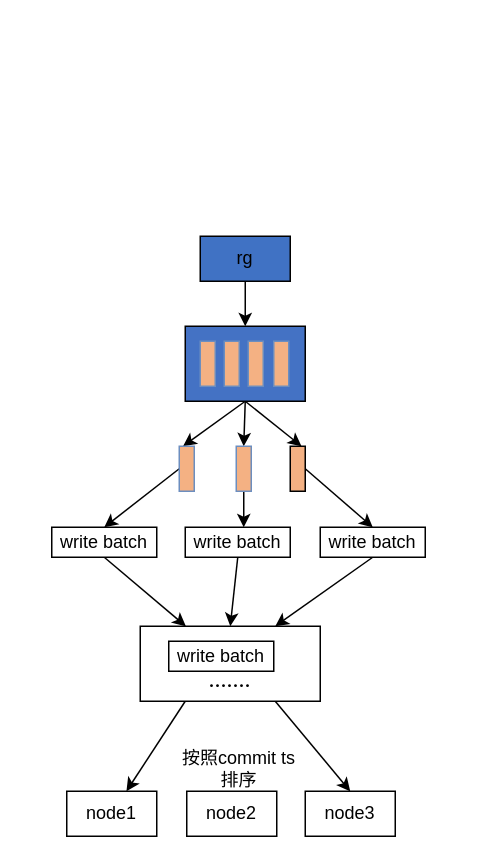
The draw.io diagram page "第 5 页" (5 of 5) of 备份恢复.drawio in chuchugao2/graph, before the edit. Source tidied: cells renumbered, new cells numbered last; positions are measured from the earlier drawing's top-left corner, leaving out a move shared by most shapes. Both pictures are drawn from the tidied source at 150%, with x=0, y=0 at pixel (51, 236).
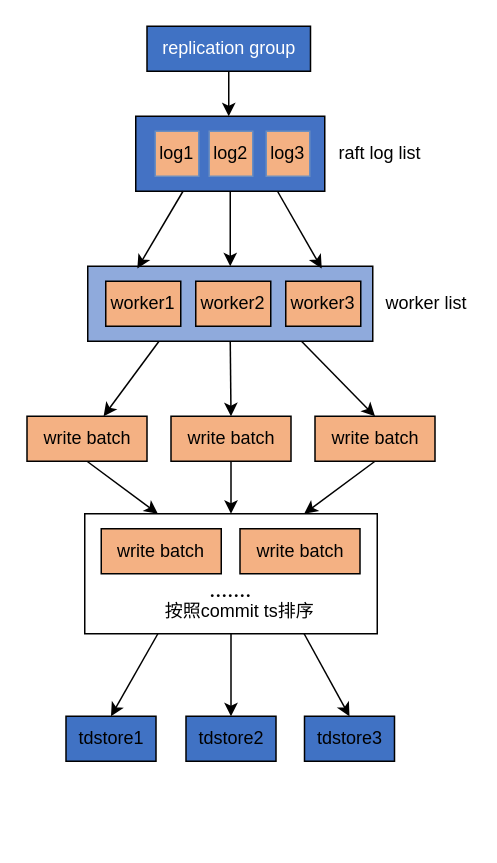
After the change.

Commit message:
更新备份恢复.drawio

Diff of the diagram source:
```diff
@@
+    <mxCell id="32" style="edgeStyle=orthogonalEdgeStyle;rounded=0;jettySize=auto;html=1;exitX=0.5;exitY=1;exitDx=0;exitDy=0;entryX=0.5;entryY=0;entryDx=0;entryDy=0;" parent="1" edge="1" source="33" target="41">
+      <mxGeometry relative="1" as="geometry" />
+    </mxCell>
+    <mxCell id="33" style="rounded=0;whiteSpace=wrap;html=1;fillColor=#4472c4;" parent="1" vertex="1">
+      <mxGeometry x="56" y="-80" width="126" height="50" as="geometry" />
+    </mxCell>
     <mxCell id="2" style="edgeStyle=orthogonalEdgeStyle;rounded=0;jettySize=auto;html=1;exitX=0.5;exitY=1;exitDx=0;exitDy=0;" parent="1" edge="1" source="3">
       <mxGeometry relative="1" as="geometry">
-        <mxPoint x="129" y="60" as="targetPoint" />
+        <mxPoint x="118" y="-80" as="targetPoint" />
       </mxGeometry>
     </mxCell>
-    <mxCell id="3" value="rg" style="rounded=0;whiteSpace=wrap;html=1;fillColor=#4072C4;" parent="1" vertex="1">
-      <mxGeometry x="99" width="60" height="30" as="geometry" />
+    <mxCell id="3" value="&lt;font color=&quot;#ffffff&quot;&gt;replication group&lt;/font&gt;" style="rounded=0;whiteSpace=wrap;html=1;fillColor=#4072C4;" parent="1" vertex="1">
+      <mxGeometry x="63.5" y="-140" width="109" height="30" as="geometry" />
     </mxCell>
-    <mxCell id="4" style="rounded=0;jettySize=auto;html=1;exitX=0.5;exitY=1;exitDx=0;exitDy=0;entryX=0.25;entryY=0;entryDx=0;entryDy=0;" parent="1" edge="1" source="6" target="15">
-      <mxGeometry relative="1" as="geometry" />
-    </mxCell>
-    <mxCell id="5" style="rounded=0;jettySize=auto;html=1;exitX=0.5;exitY=1;exitDx=0;exitDy=0;entryX=0.75;entryY=0;entryDx=0;entryDy=0;" parent="1" edge="1" source="6" target="10">
-      <mxGeometry relative="1" as="geometry" />
-    </mxCell>
-    <mxCell id="6" style="rounded=0;whiteSpace=wrap;html=1;fillColor=#4472c4;" parent="1" vertex="1">
-      <mxGeometry x="89" y="60" width="80" height="50" as="geometry" />
-    </mxCell>
-    <mxCell id="7" style="rounded=0;whiteSpace=wrap;html=1;fillColor=#f4b183;strokeColor=#6c8ebf;" parent="1" vertex="1">
-      <mxGeometry x="99" y="70" width="10" height="30" as="geometry" />
+    <mxCell id="7" value="log1" style="rounded=0;whiteSpace=wrap;html=1;fillColor=#f4b183;strokeColor=#6c8ebf;" parent="1" vertex="1">
+      <mxGeometry x="69" y="-70" width="29" height="30" as="geometry" />
     </mxCell>
-    <mxCell id="8" style="rounded=0;jettySize=auto;html=1;exitX=0.5;exitY=0;exitDx=0;exitDy=0;entryX=0.5;entryY=1;entryDx=0;entryDy=0;endArrow=none;endFill=0;startArrow=classic;startFill=1;" parent="1" edge="1" source="17" target="6">
-      <mxGeometry relative="1" as="geometry" />
-    </mxCell>
-    <mxCell id="9" style="rounded=0;jettySize=auto;html=1;exitX=1;exitY=0.5;exitDx=0;exitDy=0;entryX=0.5;entryY=0;entryDx=0;entryDy=0;" parent="1" edge="1" source="10" target="23">
-      <mxGeometry relative="1" as="geometry" />
-    </mxCell>
-    <mxCell id="10" style="rounded=0;whiteSpace=wrap;html=1;fillColor=#f4b183;" parent="1" vertex="1">
-      <mxGeometry x="159" y="140" width="10" height="30" as="geometry" />
-    </mxCell>
-    <mxCell id="11" style="rounded=0;whiteSpace=wrap;html=1;fillColor=#f4b183;strokeColor=#6c8ebf;" parent="1" vertex="1">
-      <mxGeometry x="115" y="70" width="10" height="30" as="geometry" />
-    </mxCell>
-    <mxCell id="12" style="rounded=0;whiteSpace=wrap;html=1;fillColor=#f4b183;strokeColor=#6c8ebf;" parent="1" vertex="1">
-      <mxGeometry x="131" y="70" width="10" height="30" as="geometry" />
-    </mxCell>
-    <mxCell id="13" style="rounded=0;whiteSpace=wrap;html=1;fillColor=#f4b183;strokeColor=#6c8ebf;" parent="1" vertex="1">
-      <mxGeometry x="148" y="70" width="10" height="30" as="geometry" />
-    </mxCell>
-    <mxCell id="14" style="rounded=0;jettySize=auto;html=1;exitX=0;exitY=0.5;exitDx=0;exitDy=0;entryX=0.5;entryY=0;entryDx=0;entryDy=0;" parent="1" edge="1" source="15" target="19">
-      <mxGeometry relative="1" as="geometry" />
-    </mxCell>
-    <mxCell id="15" style="rounded=0;whiteSpace=wrap;html=1;fillColor=#f4b183;strokeColor=#6c8ebf;" parent="1" vertex="1">
-      <mxGeometry x="85" y="140" width="10" height="30" as="geometry" />
-    </mxCell>
-    <mxCell id="16" style="edgeStyle=orthogonalEdgeStyle;rounded=0;orthogonalLoop=1;jettySize=auto;html=1;exitX=0.25;exitY=1;exitDx=0;exitDy=0;entryX=0.5;entryY=0;entryDx=0;entryDy=0;" parent="1" edge="1">
-      <mxGeometry relative="1" as="geometry">
-        <mxPoint x="129.5" y="170" as="sourcePoint" />
-        <mxPoint x="128" y="194" as="targetPoint" />
-      </mxGeometry>
-    </mxCell>
-    <mxCell id="17" style="rounded=0;whiteSpace=wrap;html=1;fillColor=#f4b183;strokeColor=#6c8ebf;" parent="1" vertex="1">
-      <mxGeometry x="123" y="140" width="10" height="30" as="geometry" />
-    </mxCell>
-    <mxCell id="18" style="rounded=0;jettySize=auto;html=1;exitX=0.5;exitY=1;exitDx=0;exitDy=0;" parent="1" edge="1" source="19" target="26">
-      <mxGeometry relative="1" as="geometry" />
-    </mxCell>
-    <mxCell id="19" value="write batch" style="rounded=0;whiteSpace=wrap;html=1;" parent="1" vertex="1">
-      <mxGeometry y="194" width="70" height="20" as="geometry" />
-    </mxCell>
-    <mxCell id="20" style="rounded=0;jettySize=auto;html=1;exitX=0.5;exitY=1;exitDx=0;exitDy=0;entryX=0.5;entryY=0;entryDx=0;entryDy=0;" parent="1" edge="1" source="21" target="26">
-      <mxGeometry relative="1" as="geometry" />
-    </mxCell>
-    <mxCell id="21" value="write batch" style="rounded=0;whiteSpace=wrap;html=1;" parent="1" vertex="1">
-      <mxGeometry x="89" y="194" width="70" height="20" as="geometry" />
-    </mxCell>
-    <mxCell id="22" style="rounded=0;jettySize=auto;html=1;exitX=0.5;exitY=1;exitDx=0;exitDy=0;entryX=0.75;entryY=0;entryDx=0;entryDy=0;" parent="1" edge="1" source="23" target="26">
-      <mxGeometry relative="1" as="geometry" />
-    </mxCell>
-    <mxCell id="23" value="write batch" style="rounded=0;whiteSpace=wrap;html=1;" parent="1" vertex="1">
-      <mxGeometry x="179" y="194" width="70" height="20" as="geometry" />
-    </mxCell>
-    <mxCell id="24" style="rounded=0;jettySize=auto;html=1;exitX=0.25;exitY=1;exitDx=0;exitDy=0;" parent="1" edge="1" source="26" target="28">
+    <mxCell id="24" style="rounded=0;jettySize=auto;html=1;exitX=0.25;exitY=1;exitDx=0;exitDy=0;entryX=0.5;entryY=0;entryDx=0;entryDy=0;" parent="1" edge="1" source="26" target="28">
       <mxGeometry relative="1" as="geometry" />
     </mxCell>
@@
+    <mxCell id="34" style="edgeStyle=orthogonalEdgeStyle;rounded=0;jettySize=auto;html=1;exitX=0.5;exitY=1;exitDx=0;exitDy=0;" parent="1" edge="1" source="26" target="29">
+      <mxGeometry relative="1" as="geometry" />
+    </mxCell>
     <mxCell id="26" value="&lt;div style=&quot;font-size: 16px;&quot;&gt;&lt;br&gt;&lt;/div&gt;&lt;div style=&quot;font-size: 16px;&quot;&gt;&lt;font style=&quot;font-size: 16px;&quot; face=&quot;Times New Roman&quot;&gt;.......&lt;/font&gt;&lt;/div&gt;" style="rounded=0;whiteSpace=wrap;html=1;" parent="1" vertex="1">
-      <mxGeometry x="59" y="260" width="120" height="50" as="geometry" />
+      <mxGeometry x="22" y="185" width="195" height="80" as="geometry" />
     </mxCell>
-    <mxCell id="27" value="write batch" style="rounded=0;whiteSpace=wrap;html=1;" parent="1" vertex="1">
-      <mxGeometry x="78" y="270" width="70" height="20" as="geometry" />
-    </mxCell>
-    <mxCell id="28" value="node1" style="rounded=0;whiteSpace=wrap;html=1;" parent="1" vertex="1">
-      <mxGeometry x="10" y="370" width="60" height="30" as="geometry" />
+    <mxCell id="28" value="tdstore1" style="rounded=0;whiteSpace=wrap;html=1;fillColor=#4072c4;" parent="1" vertex="1">
+      <mxGeometry x="9.5" y="320" width="60" height="30" as="geometry" />
     </mxCell>
-    <mxCell id="29" value="node2" style="rounded=0;whiteSpace=wrap;html=1;" parent="1" vertex="1">
-      <mxGeometry x="90" y="370" width="60" height="30" as="geometry" />
+    <mxCell id="29" value="tdstore2" style="rounded=0;whiteSpace=wrap;html=1;fillColor=#4072c4;" parent="1" vertex="1">
+      <mxGeometry x="89.5" y="320" width="60" height="30" as="geometry" />
     </mxCell>
-    <mxCell id="30" value="node3" style="rounded=0;whiteSpace=wrap;html=1;" parent="1" vertex="1">
-      <mxGeometry x="169" y="370" width="60" height="30" as="geometry" />
+    <mxCell id="30" value="tdstore3" style="rounded=0;whiteSpace=wrap;html=1;fillColor=#4072c4;" parent="1" vertex="1">
+      <mxGeometry x="168.5" y="320" width="60" height="30" as="geometry" />
     </mxCell>
     <mxCell id="31" value="按照commit ts排序" style="text;html=1;align=center;verticalAlign=middle;whiteSpace=wrap;rounded=0;" parent="1" vertex="1">
-      <mxGeometry x="85" y="340" width="80" height="30" as="geometry" />
+      <mxGeometry x="64" y="245" width="123" height="10" as="geometry" />
     </mxCell>
+    <mxCell id="35" value="log2" style="rounded=0;whiteSpace=wrap;html=1;fillColor=#f4b183;strokeColor=#6c8ebf;" parent="1" vertex="1">
+      <mxGeometry x="105" y="-70" width="29" height="30" as="geometry" />
+    </mxCell>
+    <mxCell id="36" value="log3" style="rounded=0;whiteSpace=wrap;html=1;fillColor=#f4b183;strokeColor=#6c8ebf;" parent="1" vertex="1">
+      <mxGeometry x="143" y="-70" width="29" height="30" as="geometry" />
+    </mxCell>
+    <mxCell id="37" value="raft log list" style="text;html=1;align=center;verticalAlign=middle;whiteSpace=wrap;rounded=0;" parent="1" vertex="1">
+      <mxGeometry x="189" y="-70" width="60" height="30" as="geometry" />
+    </mxCell>
+    <mxCell id="38" style="rounded=0;jettySize=auto;html=1;exitX=0.25;exitY=1;exitDx=0;exitDy=0;" parent="1" edge="1" source="41" target="49">
+      <mxGeometry relative="1" as="geometry" />
+    </mxCell>
+    <mxCell id="39" style="rounded=0;jettySize=auto;html=1;exitX=0.5;exitY=1;exitDx=0;exitDy=0;entryX=0.5;entryY=0;entryDx=0;entryDy=0;" parent="1" edge="1" source="41" target="51">
+      <mxGeometry relative="1" as="geometry" />
+    </mxCell>
+    <mxCell id="40" style="rounded=0;jettySize=auto;html=1;exitX=0.75;exitY=1;exitDx=0;exitDy=0;entryX=0.5;entryY=0;entryDx=0;entryDy=0;" parent="1" edge="1" source="41" target="53">
+      <mxGeometry relative="1" as="geometry" />
+    </mxCell>
+    <mxCell id="41" style="rounded=0;whiteSpace=wrap;html=1;fillColor=#8faadc;" parent="1" vertex="1">
+      <mxGeometry x="24" y="20" width="190" height="50" as="geometry" />
+    </mxCell>
+    <mxCell id="42" value="worker list" style="text;html=1;align=center;verticalAlign=middle;whiteSpace=wrap;rounded=0;" parent="1" vertex="1">
+      <mxGeometry x="220" y="30" width="60" height="30" as="geometry" />
+    </mxCell>
+    <mxCell id="43" value="worker1" style="rounded=0;whiteSpace=wrap;html=1;fillColor=#f4b183;" parent="1" vertex="1">
+      <mxGeometry x="36" y="30" width="50" height="30" as="geometry" />
+    </mxCell>
+    <mxCell id="44" value="worker2" style="rounded=0;whiteSpace=wrap;html=1;fillColor=#f4b183;" parent="1" vertex="1">
+      <mxGeometry x="96" y="30" width="50" height="30" as="geometry" />
+    </mxCell>
+    <mxCell id="45" value="worker3" style="rounded=0;whiteSpace=wrap;html=1;fillColor=#f4b183;" parent="1" vertex="1">
+      <mxGeometry x="156" y="30" width="50" height="30" as="geometry" />
+    </mxCell>
+    <mxCell id="46" style="rounded=0;jettySize=auto;html=1;exitX=0.25;exitY=1;exitDx=0;exitDy=0;entryX=0.174;entryY=0.03;entryDx=0;entryDy=0;entryPerimeter=0;" parent="1" edge="1" source="33" target="41">
+      <mxGeometry relative="1" as="geometry" />
+    </mxCell>
+    <mxCell id="47" style="rounded=0;jettySize=auto;html=1;exitX=0.75;exitY=1;exitDx=0;exitDy=0;entryX=0.821;entryY=0.03;entryDx=0;entryDy=0;entryPerimeter=0;" parent="1" edge="1" source="33" target="41">
+      <mxGeometry relative="1" as="geometry" />
+    </mxCell>
+    <mxCell id="48" style="rounded=0;jettySize=auto;html=1;exitX=0.5;exitY=1;exitDx=0;exitDy=0;entryX=0.25;entryY=0;entryDx=0;entryDy=0;" parent="1" edge="1" source="49" target="26">
+      <mxGeometry relative="1" as="geometry" />
+    </mxCell>
+    <mxCell id="49" value="write batch" style="rounded=0;whiteSpace=wrap;html=1;fillColor=#f4b183;" parent="1" vertex="1">
+      <mxGeometry x="-16.5" y="120" width="80" height="30" as="geometry" />
+    </mxCell>
+    <mxCell id="50" style="edgeStyle=orthogonalEdgeStyle;rounded=0;jettySize=auto;html=1;exitX=0.5;exitY=1;exitDx=0;exitDy=0;entryX=0.5;entryY=0;entryDx=0;entryDy=0;" parent="1" edge="1" source="51" target="26">
+      <mxGeometry relative="1" as="geometry" />
+    </mxCell>
+    <mxCell id="51" value="write batch" style="rounded=0;whiteSpace=wrap;html=1;fillColor=#f4b183;" parent="1" vertex="1">
+      <mxGeometry x="79.5" y="120" width="80" height="30" as="geometry" />
+    </mxCell>
+    <mxCell id="52" style="rounded=0;jettySize=auto;html=1;exitX=0.5;exitY=1;exitDx=0;exitDy=0;entryX=0.75;entryY=0;entryDx=0;entryDy=0;" parent="1" edge="1" source="53" target="26">
+      <mxGeometry relative="1" as="geometry" />
+    </mxCell>
+    <mxCell id="53" value="write batch" style="rounded=0;whiteSpace=wrap;html=1;fillColor=#f4b183;" parent="1" vertex="1">
+      <mxGeometry x="175.5" y="120" width="80" height="30" as="geometry" />
+    </mxCell>
+    <mxCell id="54" value="write batch" style="rounded=0;whiteSpace=wrap;html=1;fillColor=#f4b183;" parent="1" vertex="1">
+      <mxGeometry x="33" y="195" width="80" height="30" as="geometry" />
+    </mxCell>
+    <mxCell id="55" value="write batch" style="rounded=0;whiteSpace=wrap;html=1;fillColor=#f4b183;" parent="1" vertex="1">
+      <mxGeometry x="125.5" y="195" width="80" height="30" as="geometry" />
+    </mxCell>
```
